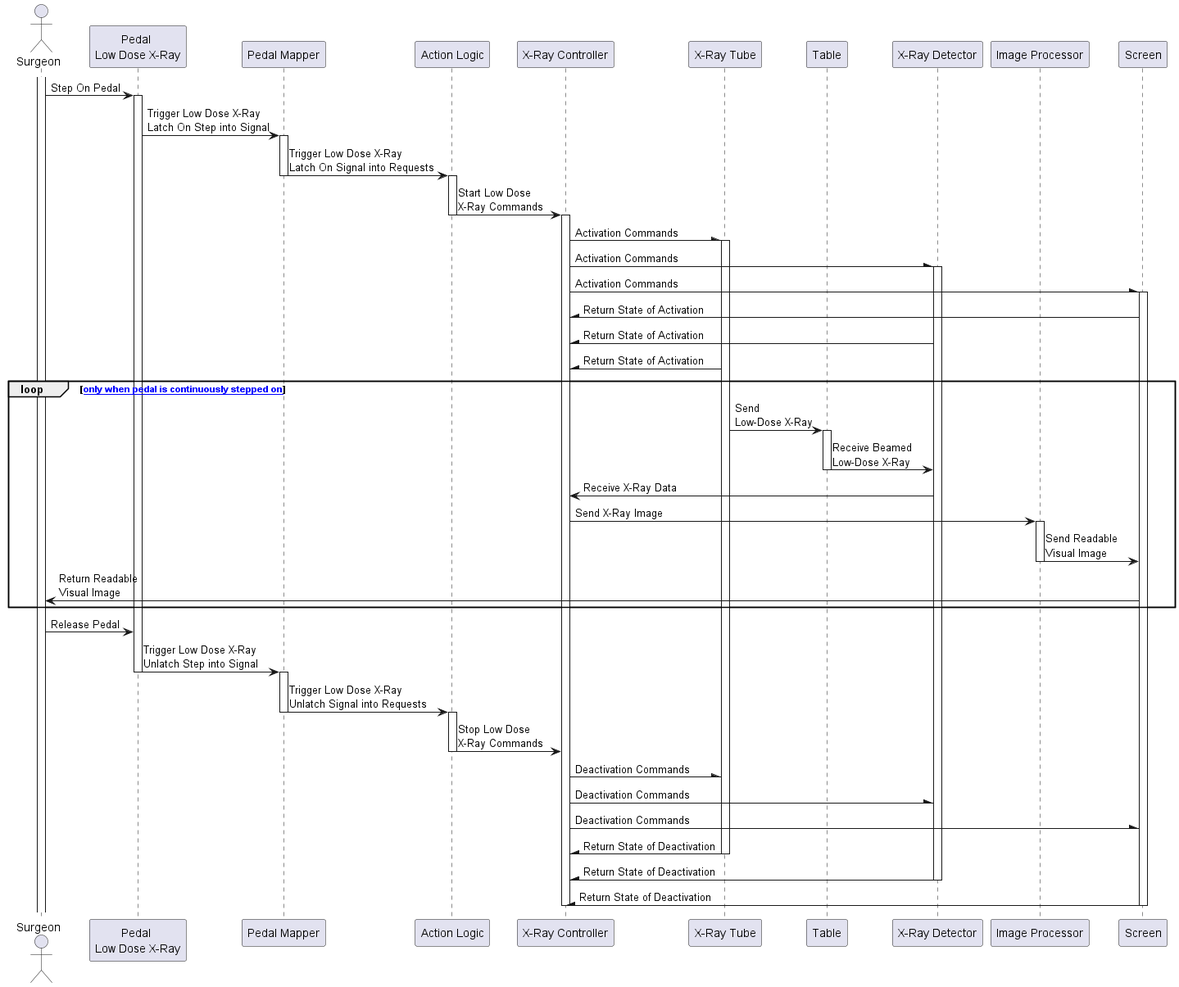
Before: 4-uml/sequence-pedal-1.png, a diagram exported from PlantUML (bartwc/SoftwareSystems).
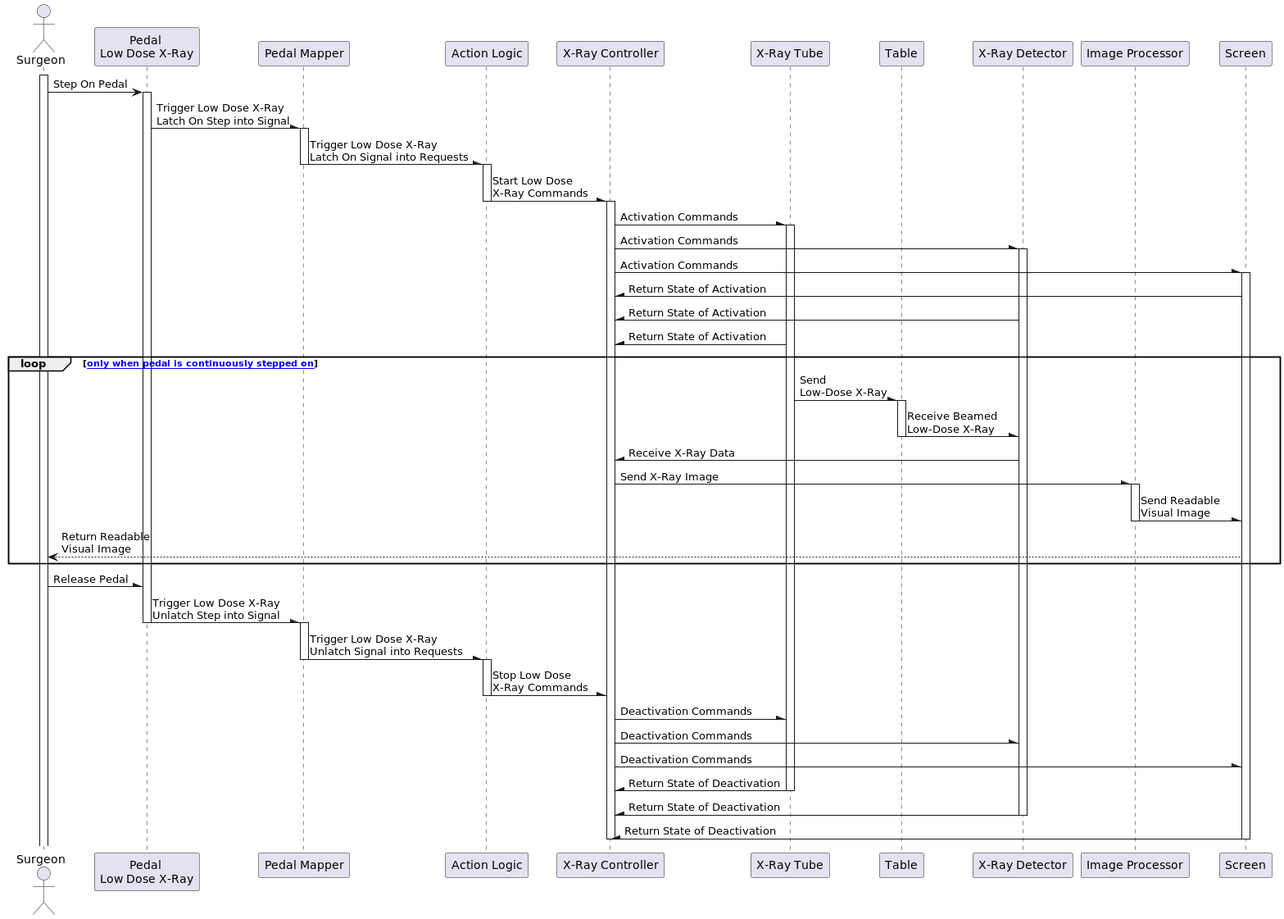
After the commit.

Commit message:
revised synchronous and asynchronous messages in sequence diagrams.

The edit, as a diff of the source:
```diff
@@ -16,13 +16,13 @@
 activate actor_surgeon
 actor_surgeon -> participant_pedal_low: Step On Pedal
 activate participant_pedal_low
-participant_pedal_low -> participant_pedal_mapper: Trigger Low Dose X-Ray \nLatch On Step into Signal
+participant_pedal_low -\ participant_pedal_mapper: Trigger Low Dose X-Ray \nLatch On Step into Signal
 activate participant_pedal_mapper
-participant_pedal_mapper -> participant_act_log: Trigger Low Dose X-Ray \nLatch On Signal into Requests
+participant_pedal_mapper -\ participant_act_log: Trigger Low Dose X-Ray \nLatch On Signal into Requests
 deactivate participant_pedal_mapper
 
 activate participant_act_log
-participant_act_log -> participant_xray_control: Start Low Dose \nX-Ray Commands
+participant_act_log -\ participant_xray_control: Start Low Dose \nX-Ray Commands
 deactivate participant_act_log
 activate participant_xray_control
 
@@ -38,27 +38,27 @@
 participant_xray_control /- participant_xray_tube: Return State of Activation
 
 loop [[loop only when pedal is continuously stepped on]]
-participant_xray_tube -> participant_table: Send \nLow-Dose X-Ray
+participant_xray_tube -\ participant_table: Send \nLow-Dose X-Ray
 activate participant_table
-participant_table -> participant_xray_detector: Receive Beamed \nLow-Dose X-Ray
+participant_table -\ participant_xray_detector: Receive Beamed \nLow-Dose X-Ray
 deactivate participant_table
-participant_xray_control <- participant_xray_detector: Receive X-Ray Data
-participant_xray_control -> participant_image_proc: Send X-Ray Image
+participant_xray_control /- participant_xray_detector: Receive X-Ray Data
+participant_xray_control -\ participant_image_proc: Send X-Ray Image
 activate participant_image_proc
-participant_image_proc -> participant_screen: Send Readable \nVisual Image
+participant_image_proc -\ participant_screen: Send Readable \nVisual Image
 deactivate participant_image_proc
-actor_surgeon <- participant_screen: Return Readable \nVisual Image
+actor_surgeon <-- participant_screen: Return Readable \nVisual Image
 end
 
-actor_surgeon -> participant_pedal_low: Release Pedal
-participant_pedal_low -> participant_pedal_mapper: Trigger Low Dose X-Ray \nUnlatch Step into Signal
+actor_surgeon -\ participant_pedal_low: Release Pedal
+participant_pedal_low -\ participant_pedal_mapper: Trigger Low Dose X-Ray \nUnlatch Step into Signal
 deactivate participant_pedal_low
 activate participant_pedal_mapper
-participant_pedal_mapper -> participant_act_log: Trigger Low Dose X-Ray \nUnlatch Signal into Requests
+participant_pedal_mapper -\ participant_act_log: Trigger Low Dose X-Ray \nUnlatch Signal into Requests
 deactivate participant_pedal_mapper
 
 activate participant_act_log
-participant_act_log -> participant_xray_control: Stop Low Dose \nX-Ray Commands
+participant_act_log -\ participant_xray_control: Stop Low Dose \nX-Ray Commands
 deactivate participant_act_log
 
 participant_xray_control -\ participant_xray_tube: Deactivation Commands
```
